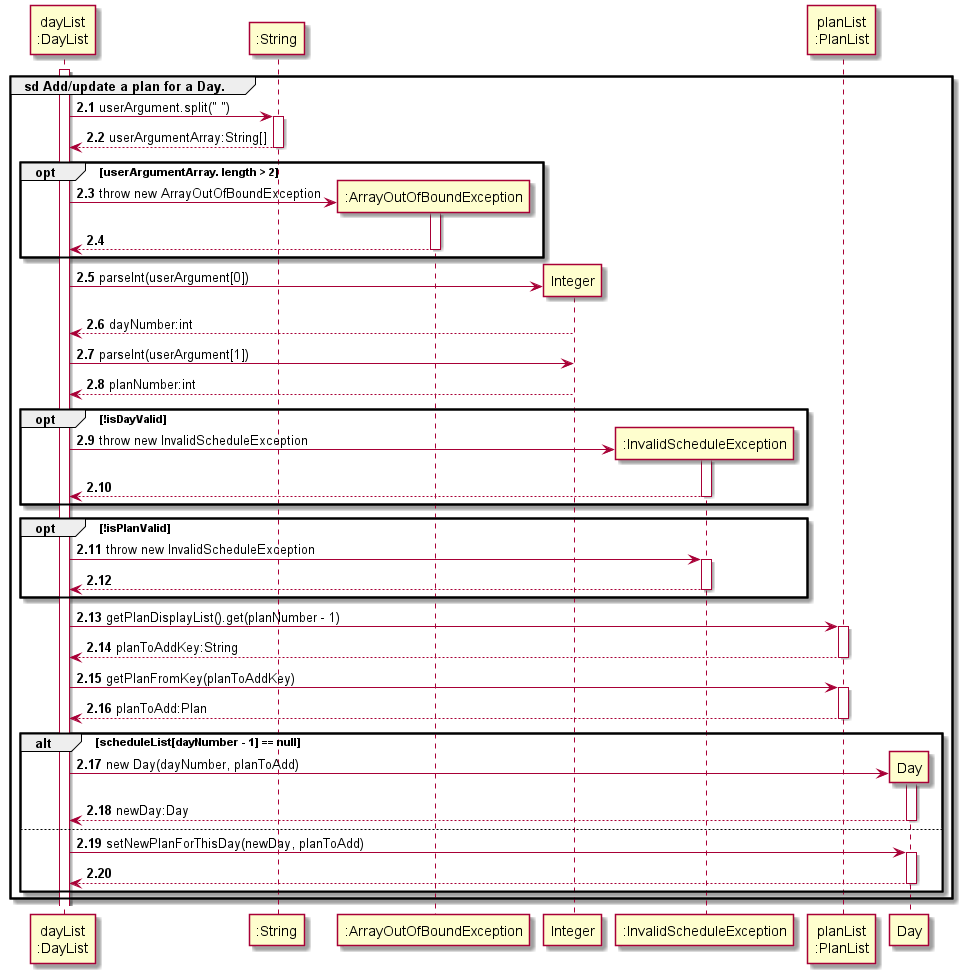
Above: docs/uml/sequenceDiagrams/schedule/images/updateScheduleDetails.png in nus-cs2113-AY2122S2/tp (PlantUML), before the change.
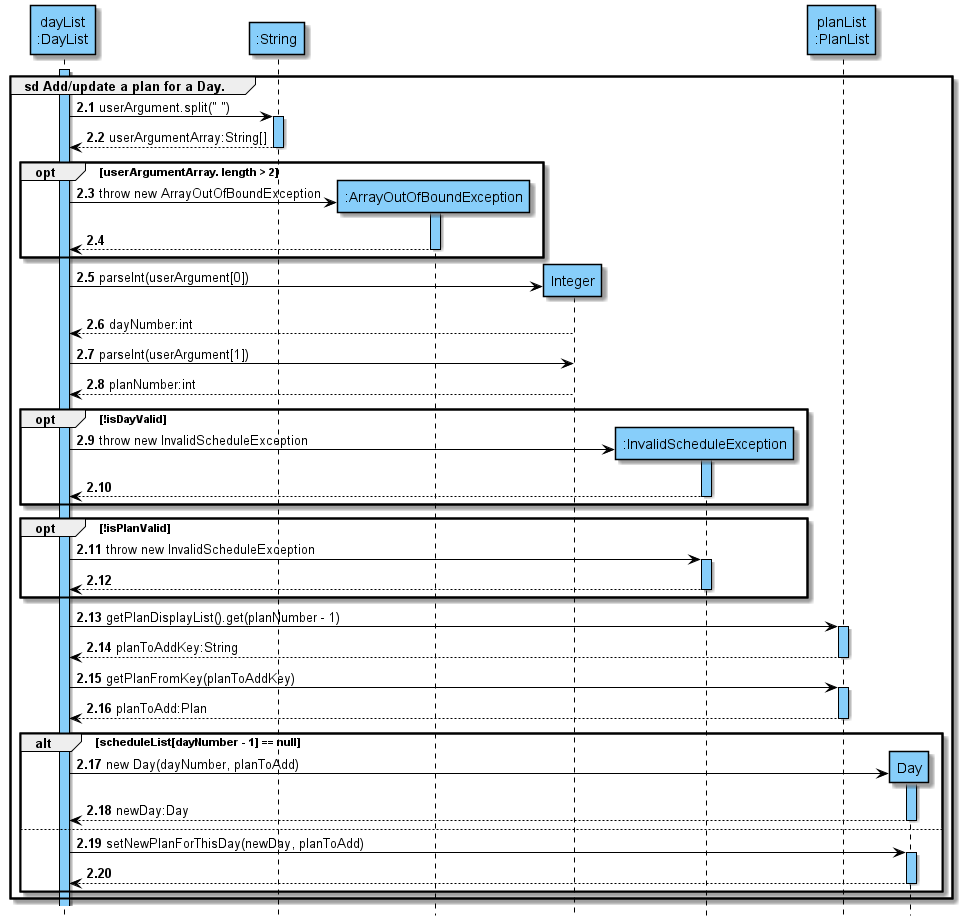
The same diagram one commit later.

The edit, as a diff of the source:
```diff
@@ -2,66 +2,67 @@
 !include ../../Style.puml
 
 autonumber 2.1
+hide footbox
 
-participant "dayList\n:DayList" AS DayList
-participant ":String" AS string
+participant "dayList\n:DayList" AS DayList COLOR_LOGIC
+participant ":String" AS string COLOR_LOGIC
 
 
-activate DayList
+activate DayList COLOR_LOGIC
 
 group sd Add/update a plan for a Day.
 
 
 DayList -> string : userArgument.split(" ")
-activate string
+activate string COLOR_LOGIC
 return userArgumentArray:String[]
 
 
 opt userArgumentArray. length > 2
-create ":ArrayOutOfBoundException" AS iee
+create ":ArrayOutOfBoundException" AS iee COLOR_LOGIC
 DayList -> iee : throw new ArrayOutOfBoundException
-activate iee
+activate iee COLOR_LOGIC
 return
 deactivate iee
 end
-create "Integer" AS int
+create "Integer" AS int COLOR_LOGIC
 DayList -> int: parseInt(userArgument[0])
 return dayNumber:int
 DayList -> int: parseInt(userArgument[1])
 return planNumber:int
 
 opt !isDayValid
-create ":InvalidScheduleException" AS ise
+create ":InvalidScheduleException" AS ise COLOR_LOGIC
 DayList -> ise : throw new InvalidScheduleException
-activate ise
+activate ise COLOR_LOGIC
 return
 deactivate ise
 end
 
 opt !isPlanValid
 DayList -> ise : throw new InvalidScheduleException
-activate ise
+activate ise COLOR_LOGIC
 return
 deactivate ise
 end
 
-participant "planList\n:PlanList" AS PlanList
+participant "planList\n:PlanList" AS PlanList COLOR_LOGIC
 DayList -> PlanList : getPlanDisplayList().get(planNumber - 1)
-activate PlanList
+activate PlanList COLOR_LOGIC
 return planToAddKey:String
 
 DayList -> PlanList : getPlanFromKey(planToAddKey)
-activate PlanList
+activate PlanList COLOR_LOGIC
 return planToAdd:Plan
 
-create "Day" AS newDay
+create "Day" AS newDay COLOR_LOGIC
 alt scheduleList[dayNumber - 1] == null
 DayList -> newDay : new Day(dayNumber, planToAdd)
-activate newDay
+activate newDay COLOR_LOGIC
 return newDay:Day
 else
 DayList -> newDay :setNewPlanForThisDay(newDay, planToAdd)
-activate newDay
+activate newDay COLOR_LOGIC
 return
 deactivate newDay
 end
```
